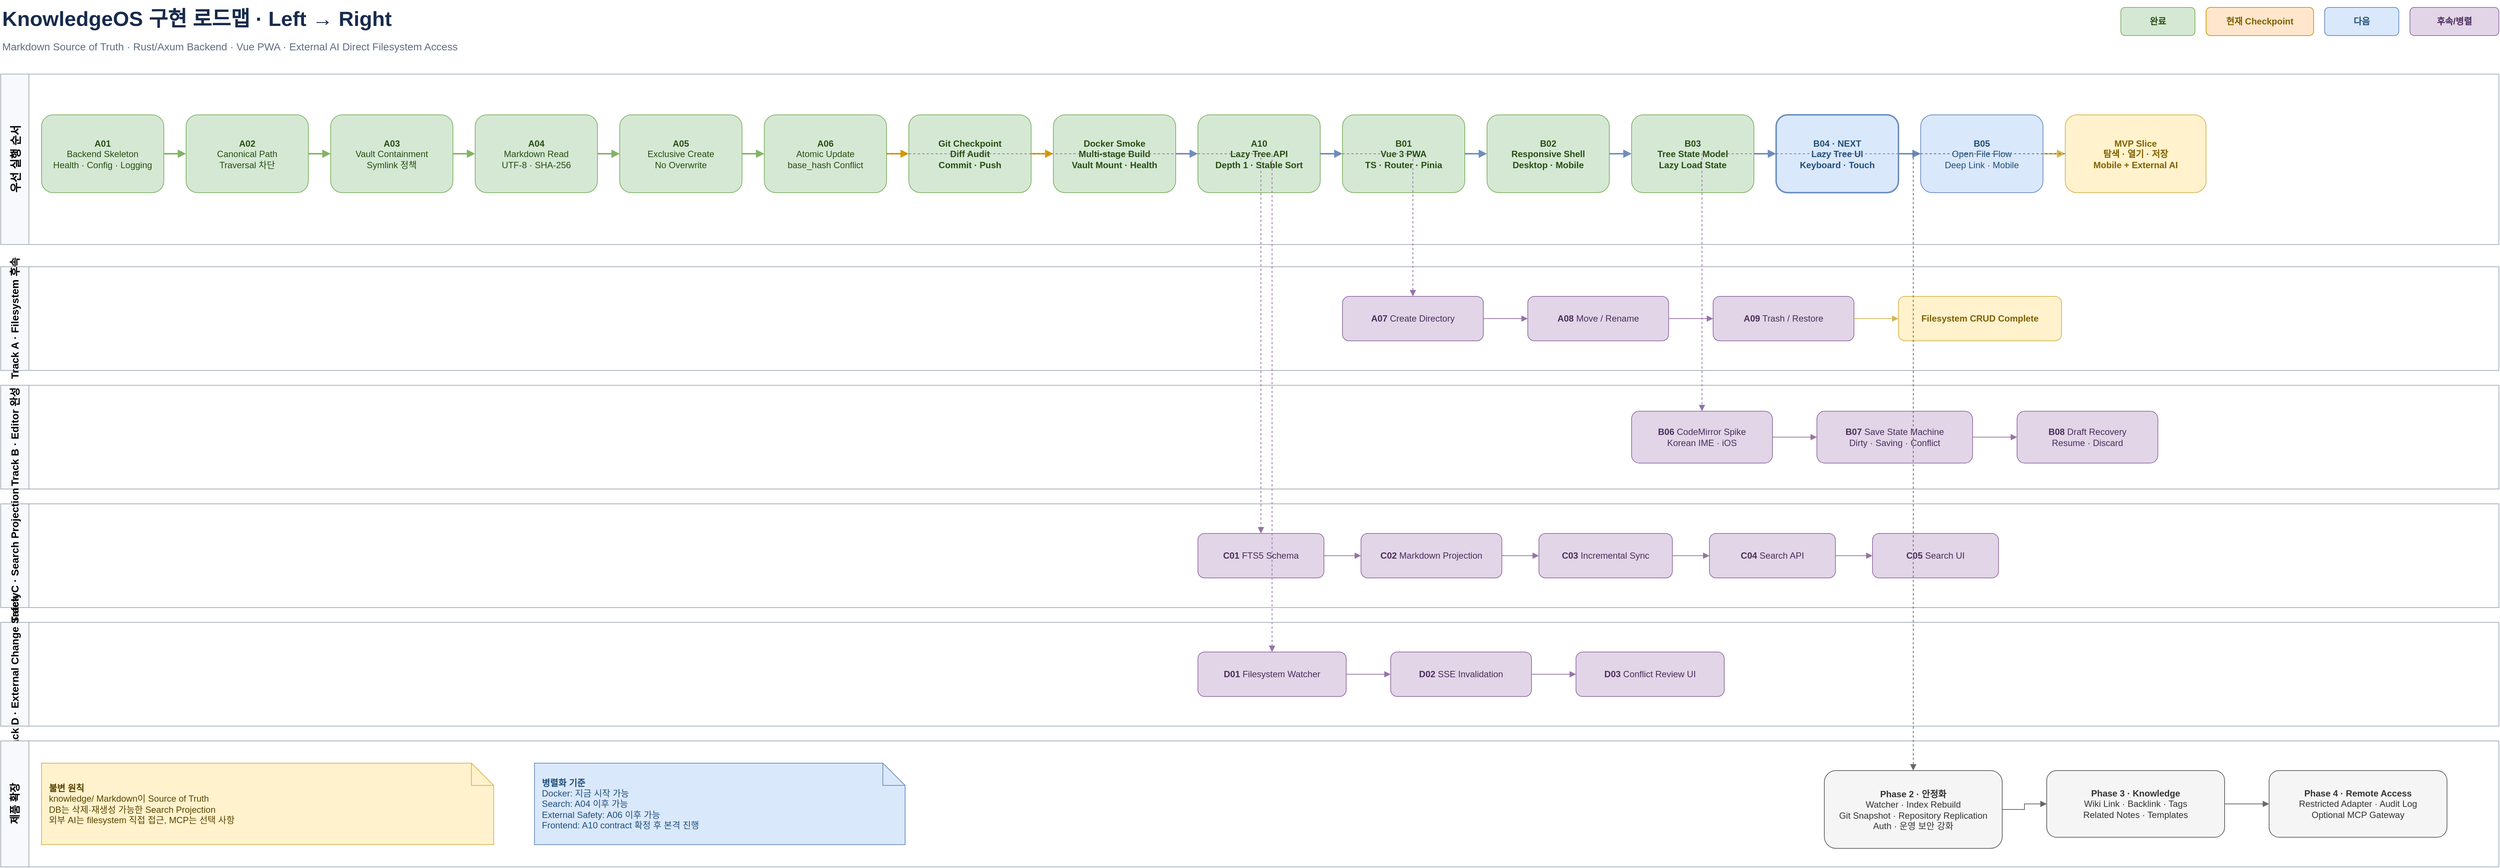
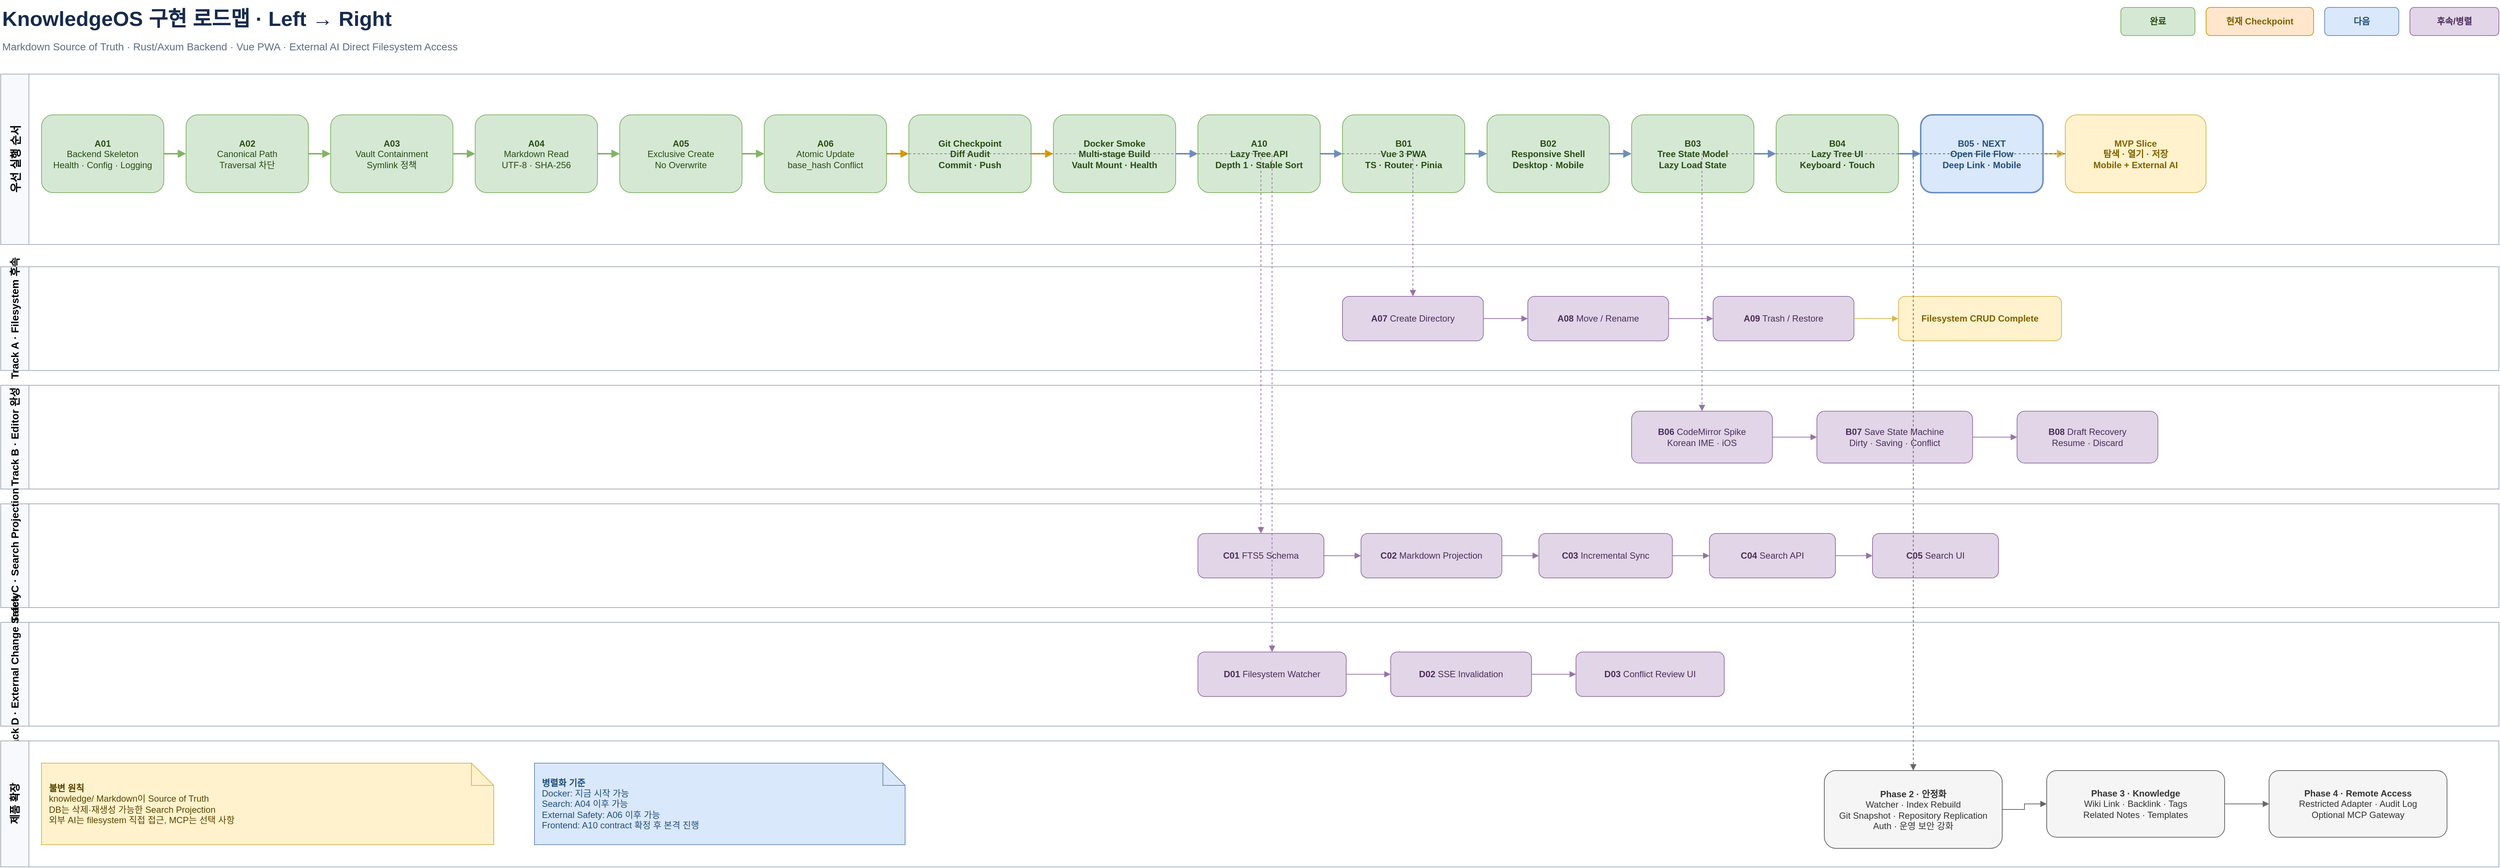
<mxfile host="app.diagrams.net" modified="2026-07-19T00:00:00.000Z" agent="KnowledgeOS" version="26.0.9" type="device">
  <diagram id="knowledgeos-roadmap" name="KnowledgeOS Roadmap">
    <mxGraphModel dx="1600" dy="900" grid="1" gridSize="10" guides="1" tooltips="1" connect="1" arrows="1" fold="1" page="1" pageScale="1" pageWidth="4000" pageHeight="1400" math="0" shadow="0">
      <root>
        <mxCell id="0"/>
        <mxCell id="1" parent="0"/>

        <mxCell id="title" value="KnowledgeOS 구현 로드맵 · Left → Right" style="text;html=1;align=left;verticalAlign=middle;fontSize=28;fontStyle=1;fontColor=#172B4D;" vertex="1" parent="1">
          <mxGeometry x="40" y="20" width="760" height="50" as="geometry"/>
        </mxCell>
        <mxCell id="subtitle" value="Markdown Source of Truth · Rust/Axum Backend · Vue PWA · External AI Direct Filesystem Access" style="text;html=1;align=left;verticalAlign=middle;fontSize=14;fontColor=#5E6C84;" vertex="1" parent="1">
          <mxGeometry x="40" y="68" width="1100" height="30" as="geometry"/>
        </mxCell>

        <mxCell id="legend_done" value="완료" style="rounded=1;whiteSpace=wrap;html=1;fillColor=#D5E8D4;strokeColor=#82B366;fontColor=#274E13;fontStyle=1;" vertex="1" parent="1">
          <mxGeometry x="2900" y="30" width="100" height="38" as="geometry"/>
        </mxCell>
        <mxCell id="legend_now" value="현재 Checkpoint" style="rounded=1;whiteSpace=wrap;html=1;fillColor=#FFE6CC;strokeColor=#D79B00;fontColor=#7F6000;fontStyle=1;" vertex="1" parent="1">
          <mxGeometry x="3015" y="30" width="145" height="38" as="geometry"/>
        </mxCell>
        <mxCell id="legend_next" value="다음" style="rounded=1;whiteSpace=wrap;html=1;fillColor=#DAE8FC;strokeColor=#6C8EBF;fontColor=#1F4E79;fontStyle=1;" vertex="1" parent="1">
          <mxGeometry x="3175" y="30" width="100" height="38" as="geometry"/>
        </mxCell>
        <mxCell id="legend_later" value="후속/병렬" style="rounded=1;whiteSpace=wrap;html=1;fillColor=#E1D5E7;strokeColor=#9673A6;fontColor=#4C2C5B;fontStyle=1;" vertex="1" parent="1">
          <mxGeometry x="3290" y="30" width="120" height="38" as="geometry"/>
        </mxCell>

        <mxCell id="lane_main" value="우선 실행 순서" style="swimlane;html=1;horizontal=0;startSize=38;fillColor=#F7F9FC;swimlaneFillColor=#FFFFFF;strokeColor=#A5ADBA;fontStyle=1;fontSize=15;" vertex="1" parent="1">
          <mxGeometry x="40" y="120" width="3370" height="230" as="geometry"/>
        </mxCell>
        <mxCell id="lane_fs" value="Track A · Filesystem 후속" style="swimlane;html=1;horizontal=0;startSize=38;fillColor=#F7F9FC;swimlaneFillColor=#FFFFFF;strokeColor=#A5ADBA;fontStyle=1;fontSize=14;" vertex="1" parent="1">
          <mxGeometry x="40" y="380" width="3370" height="140" as="geometry"/>
        </mxCell>
        <mxCell id="lane_editor" value="Track B · Editor 완성" style="swimlane;html=1;horizontal=0;startSize=38;fillColor=#F7F9FC;swimlaneFillColor=#FFFFFF;strokeColor=#A5ADBA;fontStyle=1;fontSize=14;" vertex="1" parent="1">
          <mxGeometry x="40" y="540" width="3370" height="140" as="geometry"/>
        </mxCell>
        <mxCell id="lane_search" value="Track C · Search Projection" style="swimlane;html=1;horizontal=0;startSize=38;fillColor=#F7F9FC;swimlaneFillColor=#FFFFFF;strokeColor=#A5ADBA;fontStyle=1;fontSize=14;" vertex="1" parent="1">
          <mxGeometry x="40" y="700" width="3370" height="140" as="geometry"/>
        </mxCell>
        <mxCell id="lane_external" value="Track D · External Change Safety" style="swimlane;html=1;horizontal=0;startSize=38;fillColor=#F7F9FC;swimlaneFillColor=#FFFFFF;strokeColor=#A5ADBA;fontStyle=1;fontSize=14;" vertex="1" parent="1">
          <mxGeometry x="40" y="860" width="3370" height="140" as="geometry"/>
        </mxCell>
        <mxCell id="lane_future" value="제품 확장" style="swimlane;html=1;horizontal=0;startSize=38;fillColor=#F7F9FC;swimlaneFillColor=#FFFFFF;strokeColor=#A5ADBA;fontStyle=1;fontSize=14;" vertex="1" parent="1">
          <mxGeometry x="40" y="1020" width="3370" height="170" as="geometry"/>
        </mxCell>

        <mxCell id="a01" value="&lt;b&gt;A01&lt;/b&gt;&#xa;Backend Skeleton&#xa;Health · Config · Logging" style="rounded=1;whiteSpace=wrap;html=1;fillColor=#D5E8D4;strokeColor=#82B366;fontColor=#274E13;" vertex="1" parent="1"><mxGeometry x="95" y="175" width="165" height="105" as="geometry"/></mxCell>
        <mxCell id="a02" value="&lt;b&gt;A02&lt;/b&gt;&#xa;Canonical Path&#xa;Traversal 차단" style="rounded=1;whiteSpace=wrap;html=1;fillColor=#D5E8D4;strokeColor=#82B366;fontColor=#274E13;" vertex="1" parent="1"><mxGeometry x="290" y="175" width="165" height="105" as="geometry"/></mxCell>
        <mxCell id="a03" value="&lt;b&gt;A03&lt;/b&gt;&#xa;Vault Containment&#xa;Symlink 정책" style="rounded=1;whiteSpace=wrap;html=1;fillColor=#D5E8D4;strokeColor=#82B366;fontColor=#274E13;" vertex="1" parent="1"><mxGeometry x="485" y="175" width="165" height="105" as="geometry"/></mxCell>
        <mxCell id="a04" value="&lt;b&gt;A04&lt;/b&gt;&#xa;Markdown Read&#xa;UTF-8 · SHA-256" style="rounded=1;whiteSpace=wrap;html=1;fillColor=#D5E8D4;strokeColor=#82B366;fontColor=#274E13;" vertex="1" parent="1"><mxGeometry x="680" y="175" width="165" height="105" as="geometry"/></mxCell>
        <mxCell id="a05" value="&lt;b&gt;A05&lt;/b&gt;&#xa;Exclusive Create&#xa;No Overwrite" style="rounded=1;whiteSpace=wrap;html=1;fillColor=#D5E8D4;strokeColor=#82B366;fontColor=#274E13;" vertex="1" parent="1"><mxGeometry x="875" y="175" width="165" height="105" as="geometry"/></mxCell>
        <mxCell id="a06" value="&lt;b&gt;A06&lt;/b&gt;&#xa;Atomic Update&#xa;base_hash Conflict" style="rounded=1;whiteSpace=wrap;html=1;fillColor=#D5E8D4;strokeColor=#82B366;fontColor=#274E13;" vertex="1" parent="1"><mxGeometry x="1070" y="175" width="165" height="105" as="geometry"/></mxCell>
        <mxCell id="git_checkpoint" value="&lt;b&gt;Git Checkpoint&lt;/b&gt;&#xa;Diff Audit&#xa;Commit · Push" style="rounded=1;whiteSpace=wrap;html=1;fillColor=#D5E8D4;strokeColor=#82B366;fontColor=#274E13;fontStyle=1;" vertex="1" parent="1"><mxGeometry x="1265" y="175" width="165" height="105" as="geometry"/></mxCell>
        <mxCell id="docker" value="&lt;b&gt;Docker Smoke&lt;/b&gt;&#xa;Multi-stage Build&#xa;Vault Mount · Health" style="rounded=1;whiteSpace=wrap;html=1;fillColor=#D5E8D4;strokeColor=#82B366;fontColor=#274E13;fontStyle=1;" vertex="1" parent="1"><mxGeometry x="1460" y="175" width="165" height="105" as="geometry"/></mxCell>
        <mxCell id="a10" value="&lt;b&gt;A10&lt;/b&gt;&#xa;Lazy Tree API&#xa;Depth 1 · Stable Sort" style="rounded=1;whiteSpace=wrap;html=1;fillColor=#D5E8D4;strokeColor=#82B366;fontColor=#274E13;fontStyle=1;" vertex="1" parent="1"><mxGeometry x="1655" y="175" width="165" height="105" as="geometry"/></mxCell>
        <mxCell id="b01" value="&lt;b&gt;B01&lt;/b&gt;&#xa;Vue 3 PWA&#xa;TS · Router · Pinia" style="rounded=1;whiteSpace=wrap;html=1;fillColor=#D5E8D4;strokeColor=#82B366;fontColor=#274E13;fontStyle=1;" vertex="1" parent="1"><mxGeometry x="1850" y="175" width="165" height="105" as="geometry"/></mxCell>
        <mxCell id="b02" value="&lt;b&gt;B02&lt;/b&gt;&#xa;Responsive Shell&#xa;Desktop · Mobile" style="rounded=1;whiteSpace=wrap;html=1;fillColor=#D5E8D4;strokeColor=#82B366;fontColor=#274E13;fontStyle=1;" vertex="1" parent="1"><mxGeometry x="2045" y="175" width="165" height="105" as="geometry"/></mxCell>
        <mxCell id="b03" value="&lt;b&gt;B03&lt;/b&gt;&#xa;Tree State Model&#xa;Lazy Load State" style="rounded=1;whiteSpace=wrap;html=1;fillColor=#D5E8D4;strokeColor=#82B366;fontColor=#274E13;fontStyle=1;" vertex="1" parent="1"><mxGeometry x="2240" y="175" width="165" height="105" as="geometry"/></mxCell>
-         <mxCell id="b04" value="&lt;b&gt;B04 · NEXT&lt;/b&gt;&#xa;Lazy Tree UI&#xa;Keyboard · Touch" style="rounded=1;whiteSpace=wrap;html=1;fillColor=#DAE8FC;strokeColor=#6C8EBF;fontColor=#1F4E79;fontStyle=1;strokeWidth=2;" vertex="1" parent="1"><mxGeometry x="2435" y="175" width="165" height="105" as="geometry"/></mxCell>
-         <mxCell id="b05" value="&lt;b&gt;B05&lt;/b&gt;&#xa;Open File Flow&#xa;Deep Link · Mobile" style="rounded=1;whiteSpace=wrap;html=1;fillColor=#DAE8FC;strokeColor=#6C8EBF;fontColor=#1F4E79;" vertex="1" parent="1"><mxGeometry x="2630" y="175" width="165" height="105" as="geometry"/></mxCell>
+         <mxCell id="b04" value="&lt;b&gt;B04&lt;/b&gt;&#xa;Lazy Tree UI&#xa;Keyboard · Touch" style="rounded=1;whiteSpace=wrap;html=1;fillColor=#D5E8D4;strokeColor=#82B366;fontColor=#274E13;fontStyle=1;" vertex="1" parent="1"><mxGeometry x="2435" y="175" width="165" height="105" as="geometry"/></mxCell>
+         <mxCell id="b05" value="&lt;b&gt;B05 · NEXT&lt;/b&gt;&#xa;Open File Flow&#xa;Deep Link · Mobile" style="rounded=1;whiteSpace=wrap;html=1;fillColor=#DAE8FC;strokeColor=#6C8EBF;fontColor=#1F4E79;fontStyle=1;strokeWidth=2;" vertex="1" parent="1"><mxGeometry x="2630" y="175" width="165" height="105" as="geometry"/></mxCell>
        <mxCell id="mvp_slice" value="&lt;b&gt;MVP Slice&lt;/b&gt;&#xa;탐색 · 열기 · 저장&#xa;Mobile + External AI" style="rounded=1;whiteSpace=wrap;html=1;fillColor=#FFF2CC;strokeColor=#D6B656;fontColor=#7F6000;fontStyle=1;" vertex="1" parent="1"><mxGeometry x="2825" y="175" width="190" height="105" as="geometry"/></mxCell>

        <mxCell id="a07" value="&lt;b&gt;A07&lt;/b&gt; Create Directory" style="rounded=1;whiteSpace=wrap;html=1;fillColor=#E1D5E7;strokeColor=#9673A6;fontColor=#4C2C5B;" vertex="1" parent="1"><mxGeometry x="1850" y="420" width="190" height="60" as="geometry"/></mxCell>
        <mxCell id="a08" value="&lt;b&gt;A08&lt;/b&gt; Move / Rename" style="rounded=1;whiteSpace=wrap;html=1;fillColor=#E1D5E7;strokeColor=#9673A6;fontColor=#4C2C5B;" vertex="1" parent="1"><mxGeometry x="2100" y="420" width="190" height="60" as="geometry"/></mxCell>
        <mxCell id="a09" value="&lt;b&gt;A09&lt;/b&gt; Trash / Restore" style="rounded=1;whiteSpace=wrap;html=1;fillColor=#E1D5E7;strokeColor=#9673A6;fontColor=#4C2C5B;" vertex="1" parent="1"><mxGeometry x="2350" y="420" width="190" height="60" as="geometry"/></mxCell>
        <mxCell id="fs_complete" value="Filesystem CRUD Complete" style="rounded=1;whiteSpace=wrap;html=1;fillColor=#FFF2CC;strokeColor=#D6B656;fontColor=#7F6000;fontStyle=1;" vertex="1" parent="1"><mxGeometry x="2600" y="420" width="220" height="60" as="geometry"/></mxCell>

        <mxCell id="b06" value="&lt;b&gt;B06&lt;/b&gt; CodeMirror Spike&#xa;Korean IME · iOS" style="rounded=1;whiteSpace=wrap;html=1;fillColor=#E1D5E7;strokeColor=#9673A6;fontColor=#4C2C5B;" vertex="1" parent="1"><mxGeometry x="2240" y="575" width="190" height="70" as="geometry"/></mxCell>
        <mxCell id="b07" value="&lt;b&gt;B07&lt;/b&gt; Save State Machine&#xa;Dirty · Saving · Conflict" style="rounded=1;whiteSpace=wrap;html=1;fillColor=#E1D5E7;strokeColor=#9673A6;fontColor=#4C2C5B;" vertex="1" parent="1"><mxGeometry x="2490" y="575" width="210" height="70" as="geometry"/></mxCell>
        <mxCell id="b08" value="&lt;b&gt;B08&lt;/b&gt; Draft Recovery&#xa;Resume · Discard" style="rounded=1;whiteSpace=wrap;html=1;fillColor=#E1D5E7;strokeColor=#9673A6;fontColor=#4C2C5B;" vertex="1" parent="1"><mxGeometry x="2760" y="575" width="190" height="70" as="geometry"/></mxCell>

        <mxCell id="c01" value="&lt;b&gt;C01&lt;/b&gt; FTS5 Schema" style="rounded=1;whiteSpace=wrap;html=1;fillColor=#E1D5E7;strokeColor=#9673A6;fontColor=#4C2C5B;" vertex="1" parent="1"><mxGeometry x="1655" y="740" width="170" height="60" as="geometry"/></mxCell>
        <mxCell id="c02" value="&lt;b&gt;C02&lt;/b&gt; Markdown Projection" style="rounded=1;whiteSpace=wrap;html=1;fillColor=#E1D5E7;strokeColor=#9673A6;fontColor=#4C2C5B;" vertex="1" parent="1"><mxGeometry x="1875" y="740" width="190" height="60" as="geometry"/></mxCell>
        <mxCell id="c03" value="&lt;b&gt;C03&lt;/b&gt; Incremental Sync" style="rounded=1;whiteSpace=wrap;html=1;fillColor=#E1D5E7;strokeColor=#9673A6;fontColor=#4C2C5B;" vertex="1" parent="1"><mxGeometry x="2115" y="740" width="180" height="60" as="geometry"/></mxCell>
        <mxCell id="c04" value="&lt;b&gt;C04&lt;/b&gt; Search API" style="rounded=1;whiteSpace=wrap;html=1;fillColor=#E1D5E7;strokeColor=#9673A6;fontColor=#4C2C5B;" vertex="1" parent="1"><mxGeometry x="2345" y="740" width="170" height="60" as="geometry"/></mxCell>
        <mxCell id="c05" value="&lt;b&gt;C05&lt;/b&gt; Search UI" style="rounded=1;whiteSpace=wrap;html=1;fillColor=#E1D5E7;strokeColor=#9673A6;fontColor=#4C2C5B;" vertex="1" parent="1"><mxGeometry x="2565" y="740" width="170" height="60" as="geometry"/></mxCell>

        <mxCell id="d01" value="&lt;b&gt;D01&lt;/b&gt; Filesystem Watcher" style="rounded=1;whiteSpace=wrap;html=1;fillColor=#E1D5E7;strokeColor=#9673A6;fontColor=#4C2C5B;" vertex="1" parent="1"><mxGeometry x="1655" y="900" width="200" height="60" as="geometry"/></mxCell>
        <mxCell id="d02" value="&lt;b&gt;D02&lt;/b&gt; SSE Invalidation" style="rounded=1;whiteSpace=wrap;html=1;fillColor=#E1D5E7;strokeColor=#9673A6;fontColor=#4C2C5B;" vertex="1" parent="1"><mxGeometry x="1915" y="900" width="190" height="60" as="geometry"/></mxCell>
        <mxCell id="d03" value="&lt;b&gt;D03&lt;/b&gt; Conflict Review UI" style="rounded=1;whiteSpace=wrap;html=1;fillColor=#E1D5E7;strokeColor=#9673A6;fontColor=#4C2C5B;" vertex="1" parent="1"><mxGeometry x="2165" y="900" width="200" height="60" as="geometry"/></mxCell>

        <mxCell id="phase2" value="&lt;b&gt;Phase 2 · 안정화&lt;/b&gt;&#xa;Watcher · Index Rebuild&#xa;Git Snapshot · Repository Replication&#xa;Auth · 운영 보안 강화" style="rounded=1;whiteSpace=wrap;html=1;fillColor=#F5F5F5;strokeColor=#666666;fontColor=#333333;" vertex="1" parent="1"><mxGeometry x="2500" y="1060" width="240" height="105" as="geometry"/></mxCell>
        <mxCell id="phase3" value="&lt;b&gt;Phase 3 · Knowledge&lt;/b&gt;&#xa;Wiki Link · Backlink · Tags&#xa;Related Notes · Templates" style="rounded=1;whiteSpace=wrap;html=1;fillColor=#F5F5F5;strokeColor=#666666;fontColor=#333333;" vertex="1" parent="1"><mxGeometry x="2800" y="1060" width="240" height="90" as="geometry"/></mxCell>
        <mxCell id="phase4" value="&lt;b&gt;Phase 4 · Remote Access&lt;/b&gt;&#xa;Restricted Adapter · Audit Log&#xa;Optional MCP Gateway" style="rounded=1;whiteSpace=wrap;html=1;fillColor=#F5F5F5;strokeColor=#666666;fontColor=#333333;" vertex="1" parent="1"><mxGeometry x="3100" y="1060" width="240" height="90" as="geometry"/></mxCell>

        <mxCell id="note_source" value="&lt;b&gt;불변 원칙&lt;/b&gt;&#xa;knowledge/ Markdown이 Source of Truth&#xa;DB는 삭제·재생성 가능한 Search Projection&#xa;외부 AI는 filesystem 직접 접근, MCP는 선택 사항" style="shape=note;whiteSpace=wrap;html=1;fillColor=#FFF2CC;strokeColor=#D6B656;fontColor=#594300;align=left;spacing=10;" vertex="1" parent="1"><mxGeometry x="95" y="1050" width="610" height="110" as="geometry"/></mxCell>
        <mxCell id="note_parallel" value="&lt;b&gt;병렬화 기준&lt;/b&gt;&#xa;Docker: 지금 시작 가능&#xa;Search: A04 이후 가능&#xa;External Safety: A06 이후 가능&#xa;Frontend: A10 contract 확정 후 본격 진행" style="shape=note;whiteSpace=wrap;html=1;fillColor=#DAE8FC;strokeColor=#6C8EBF;fontColor=#1F4E79;align=left;spacing=10;" vertex="1" parent="1"><mxGeometry x="760" y="1050" width="500" height="110" as="geometry"/></mxCell>

        <mxCell id="e_a01_a02" style="edgeStyle=orthogonalEdgeStyle;rounded=0;orthogonalLoop=1;jettySize=auto;html=1;endArrow=block;strokeColor=#82B366;strokeWidth=2;" edge="1" parent="1" source="a01" target="a02"><mxGeometry relative="1" as="geometry"/></mxCell>
        <mxCell id="e_a02_a03" style="edgeStyle=orthogonalEdgeStyle;rounded=0;orthogonalLoop=1;jettySize=auto;html=1;endArrow=block;strokeColor=#82B366;strokeWidth=2;" edge="1" parent="1" source="a02" target="a03"><mxGeometry relative="1" as="geometry"/></mxCell>
        <mxCell id="e_a03_a04" style="edgeStyle=orthogonalEdgeStyle;rounded=0;orthogonalLoop=1;jettySize=auto;html=1;endArrow=block;strokeColor=#82B366;strokeWidth=2;" edge="1" parent="1" source="a03" target="a04"><mxGeometry relative="1" as="geometry"/></mxCell>
        <mxCell id="e_a04_a05" style="edgeStyle=orthogonalEdgeStyle;rounded=0;orthogonalLoop=1;jettySize=auto;html=1;endArrow=block;strokeColor=#82B366;strokeWidth=2;" edge="1" parent="1" source="a04" target="a05"><mxGeometry relative="1" as="geometry"/></mxCell>
        <mxCell id="e_a05_a06" style="edgeStyle=orthogonalEdgeStyle;rounded=0;orthogonalLoop=1;jettySize=auto;html=1;endArrow=block;strokeColor=#82B366;strokeWidth=2;" edge="1" parent="1" source="a05" target="a06"><mxGeometry relative="1" as="geometry"/></mxCell>
        <mxCell id="e_a06_git" style="edgeStyle=orthogonalEdgeStyle;rounded=0;orthogonalLoop=1;jettySize=auto;html=1;endArrow=block;strokeColor=#D79B00;strokeWidth=2;" edge="1" parent="1" source="a06" target="git_checkpoint"><mxGeometry relative="1" as="geometry"/></mxCell>
        <mxCell id="e_git_docker" style="edgeStyle=orthogonalEdgeStyle;rounded=0;orthogonalLoop=1;jettySize=auto;html=1;endArrow=block;strokeColor=#D79B00;strokeWidth=2;" edge="1" parent="1" source="git_checkpoint" target="docker"><mxGeometry relative="1" as="geometry"/></mxCell>
        <mxCell id="e_docker_a10" style="edgeStyle=orthogonalEdgeStyle;rounded=0;orthogonalLoop=1;jettySize=auto;html=1;endArrow=block;strokeColor=#6C8EBF;strokeWidth=2;" edge="1" parent="1" source="docker" target="a10"><mxGeometry relative="1" as="geometry"/></mxCell>
        <mxCell id="e_a10_b01" style="edgeStyle=orthogonalEdgeStyle;rounded=0;orthogonalLoop=1;jettySize=auto;html=1;endArrow=block;strokeColor=#6C8EBF;strokeWidth=2;" edge="1" parent="1" source="a10" target="b01"><mxGeometry relative="1" as="geometry"/></mxCell>
        <mxCell id="e_b01_b02" style="edgeStyle=orthogonalEdgeStyle;rounded=0;orthogonalLoop=1;jettySize=auto;html=1;endArrow=block;strokeColor=#6C8EBF;strokeWidth=2;" edge="1" parent="1" source="b01" target="b02"><mxGeometry relative="1" as="geometry"/></mxCell>
        <mxCell id="e_b02_b03" style="edgeStyle=orthogonalEdgeStyle;rounded=0;orthogonalLoop=1;jettySize=auto;html=1;endArrow=block;strokeColor=#6C8EBF;strokeWidth=2;" edge="1" parent="1" source="b02" target="b03"><mxGeometry relative="1" as="geometry"/></mxCell>
        <mxCell id="e_b03_b04" style="edgeStyle=orthogonalEdgeStyle;rounded=0;orthogonalLoop=1;jettySize=auto;html=1;endArrow=block;strokeColor=#6C8EBF;strokeWidth=2;" edge="1" parent="1" source="b03" target="b04"><mxGeometry relative="1" as="geometry"/></mxCell>
        <mxCell id="e_b04_b05" style="edgeStyle=orthogonalEdgeStyle;rounded=0;orthogonalLoop=1;jettySize=auto;html=1;endArrow=block;strokeColor=#6C8EBF;strokeWidth=2;" edge="1" parent="1" source="b04" target="b05"><mxGeometry relative="1" as="geometry"/></mxCell>
        <mxCell id="e_b05_mvp" style="edgeStyle=orthogonalEdgeStyle;rounded=0;orthogonalLoop=1;jettySize=auto;html=1;endArrow=block;strokeColor=#D6B656;strokeWidth=2;" edge="1" parent="1" source="b05" target="mvp_slice"><mxGeometry relative="1" as="geometry"/></mxCell>

        <mxCell id="e_a10_a07" style="edgeStyle=orthogonalEdgeStyle;rounded=0;orthogonalLoop=1;jettySize=auto;html=1;endArrow=block;dashed=1;strokeColor=#9673A6;" edge="1" parent="1" source="a10" target="a07"><mxGeometry relative="1" as="geometry"/></mxCell>
        <mxCell id="e_a07_a08" style="edgeStyle=orthogonalEdgeStyle;rounded=0;html=1;endArrow=block;strokeColor=#9673A6;" edge="1" parent="1" source="a07" target="a08"><mxGeometry relative="1" as="geometry"/></mxCell>
        <mxCell id="e_a08_a09" style="edgeStyle=orthogonalEdgeStyle;rounded=0;html=1;endArrow=block;strokeColor=#9673A6;" edge="1" parent="1" source="a08" target="a09"><mxGeometry relative="1" as="geometry"/></mxCell>
        <mxCell id="e_a09_fs" style="edgeStyle=orthogonalEdgeStyle;rounded=0;html=1;endArrow=block;strokeColor=#D6B656;" edge="1" parent="1" source="a09" target="fs_complete"><mxGeometry relative="1" as="geometry"/></mxCell>

        <mxCell id="e_b05_b06" style="edgeStyle=orthogonalEdgeStyle;rounded=0;html=1;endArrow=block;dashed=1;strokeColor=#9673A6;" edge="1" parent="1" source="b05" target="b06"><mxGeometry relative="1" as="geometry"/></mxCell>
        <mxCell id="e_b06_b07" style="edgeStyle=orthogonalEdgeStyle;rounded=0;html=1;endArrow=block;strokeColor=#9673A6;" edge="1" parent="1" source="b06" target="b07"><mxGeometry relative="1" as="geometry"/></mxCell>
        <mxCell id="e_b07_b08" style="edgeStyle=orthogonalEdgeStyle;rounded=0;html=1;endArrow=block;strokeColor=#9673A6;" edge="1" parent="1" source="b07" target="b08"><mxGeometry relative="1" as="geometry"/></mxCell>

        <mxCell id="e_docker_c01" style="edgeStyle=orthogonalEdgeStyle;rounded=0;html=1;endArrow=block;dashed=1;strokeColor=#9673A6;" edge="1" parent="1" source="docker" target="c01"><mxGeometry relative="1" as="geometry"/></mxCell>
        <mxCell id="e_c01_c02" style="edgeStyle=orthogonalEdgeStyle;rounded=0;html=1;endArrow=block;strokeColor=#9673A6;" edge="1" parent="1" source="c01" target="c02"><mxGeometry relative="1" as="geometry"/></mxCell>
        <mxCell id="e_c02_c03" style="edgeStyle=orthogonalEdgeStyle;rounded=0;html=1;endArrow=block;strokeColor=#9673A6;" edge="1" parent="1" source="c02" target="c03"><mxGeometry relative="1" as="geometry"/></mxCell>
        <mxCell id="e_c03_c04" style="edgeStyle=orthogonalEdgeStyle;rounded=0;html=1;endArrow=block;strokeColor=#9673A6;" edge="1" parent="1" source="c03" target="c04"><mxGeometry relative="1" as="geometry"/></mxCell>
        <mxCell id="e_c04_c05" style="edgeStyle=orthogonalEdgeStyle;rounded=0;html=1;endArrow=block;strokeColor=#9673A6;" edge="1" parent="1" source="c04" target="c05"><mxGeometry relative="1" as="geometry"/></mxCell>

        <mxCell id="e_a06_d01" style="edgeStyle=orthogonalEdgeStyle;rounded=0;html=1;endArrow=block;dashed=1;strokeColor=#9673A6;" edge="1" parent="1" source="a06" target="d01"><mxGeometry relative="1" as="geometry"/></mxCell>
        <mxCell id="e_d01_d02" style="edgeStyle=orthogonalEdgeStyle;rounded=0;html=1;endArrow=block;strokeColor=#9673A6;" edge="1" parent="1" source="d01" target="d02"><mxGeometry relative="1" as="geometry"/></mxCell>
        <mxCell id="e_d02_d03" style="edgeStyle=orthogonalEdgeStyle;rounded=0;html=1;endArrow=block;strokeColor=#9673A6;" edge="1" parent="1" source="d02" target="d03"><mxGeometry relative="1" as="geometry"/></mxCell>

        <mxCell id="e_mvp_phase2" style="edgeStyle=orthogonalEdgeStyle;rounded=0;html=1;endArrow=block;dashed=1;strokeColor=#666666;" edge="1" parent="1" source="mvp_slice" target="phase2"><mxGeometry relative="1" as="geometry"/></mxCell>
        <mxCell id="e_phase2_phase3" style="edgeStyle=orthogonalEdgeStyle;rounded=0;html=1;endArrow=block;strokeColor=#666666;" edge="1" parent="1" source="phase2" target="phase3"><mxGeometry relative="1" as="geometry"/></mxCell>
        <mxCell id="e_phase3_phase4" style="edgeStyle=orthogonalEdgeStyle;rounded=0;html=1;endArrow=block;strokeColor=#666666;" edge="1" parent="1" source="phase3" target="phase4"><mxGeometry relative="1" as="geometry"/></mxCell>
      </root>
    </mxGraphModel>
  </diagram>
</mxfile>
